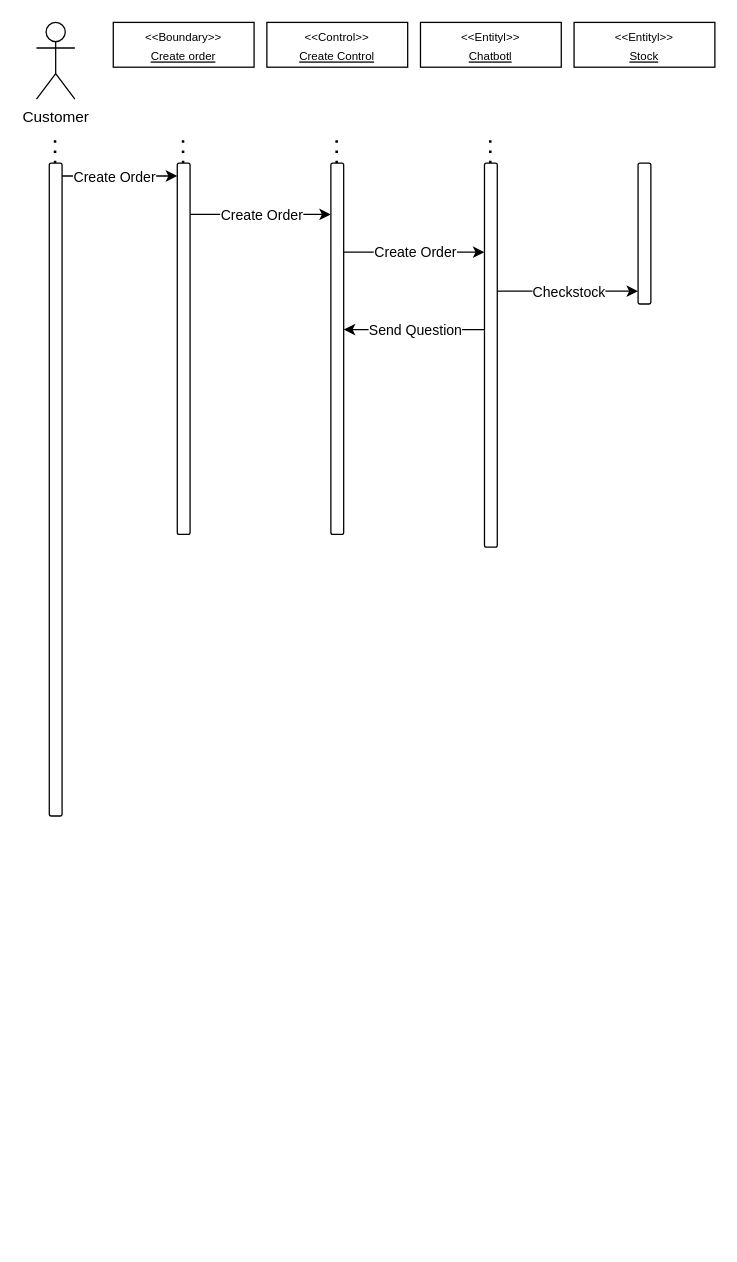
Above: Create Order.drawio in munkeawtoast/isad-diagrams (draw.io), before the change. Source tidied: cells renumbered, new cells numbered last; positions are measured from the earlier drawing's top-left corner, leaving out a move shared by most shapes. Both pictures are drawn from the tidied source at 128%, with x=0, y=0 at pixel (36, 22).
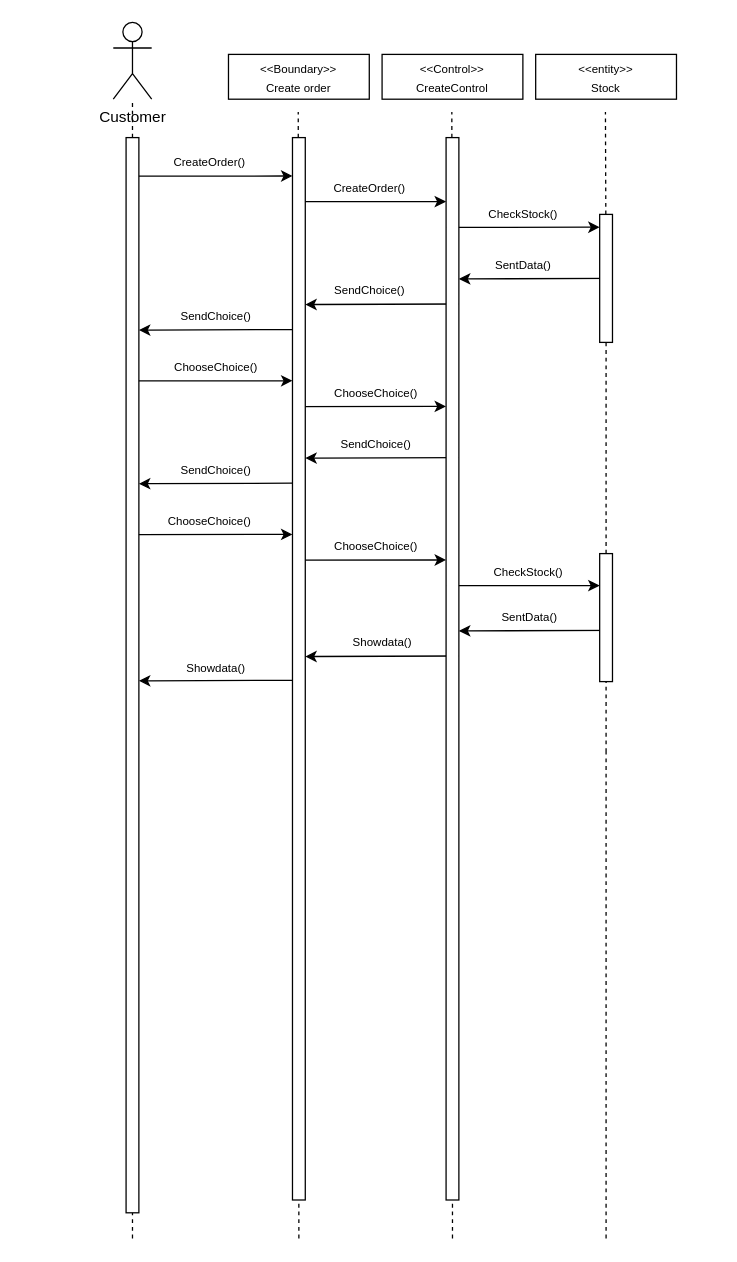
The same diagram, later.

Change to the diagram source:
```diff
@@
-    <mxCell id="2" value="Customer&lt;br&gt;" style="shape=umlActor;verticalLabelPosition=bottom;verticalAlign=top;html=1;outlineConnect=0;" parent="1" vertex="1">
-      <mxGeometry width="30" height="60" as="geometry" />
+    <mxCell id="2" value="Customer" style="shape=umlActor;verticalLabelPosition=bottom;verticalAlign=top;html=1;outlineConnect=0;" parent="1" vertex="1">
+      <mxGeometry x="60" width="30" height="60" as="geometry" />
     </mxCell>
-    <mxCell id="3" style="endArrow=none;dashed=1;html=1;dashPattern=1 3;strokeWidth=2;startArrow=none;" parent="1" edge="1" source="13">
-      <mxGeometry relative="1" as="geometry">
-        <mxPoint x="14.5" y="90" as="targetPoint" />
-      </mxGeometry>
-    </mxCell>
-    <mxCell id="4" value="&lt;font style=&quot;font-size: 9px;&quot;&gt;&amp;lt;&amp;lt;Boundary&amp;gt;&amp;gt;&lt;br&gt;&lt;u&gt;Create order&lt;/u&gt;&lt;br&gt;&lt;/font&gt;" style="rounded=0;whiteSpace=wrap;html=1;" parent="1" vertex="1">
-      <mxGeometry x="60" width="110" height="35" as="geometry" />
+    <mxCell id="4" value="&lt;font style=&quot;font-size: 9px;&quot;&gt;&amp;lt;&amp;lt;Boundary&amp;gt;&amp;gt;&lt;br&gt;Create order&lt;br&gt;&lt;/font&gt;" style="rounded=0;whiteSpace=wrap;html=1;" parent="1" vertex="1">
+      <mxGeometry x="150" y="25" width="110" height="35" as="geometry" />
     </mxCell>
-    <mxCell id="5" value="&lt;font style=&quot;font-size: 9px;&quot;&gt;&amp;lt;&amp;lt;Control&amp;gt;&amp;gt;&lt;br&gt;&lt;u&gt;Create Control&lt;/u&gt;&lt;br&gt;&lt;/font&gt;" style="rounded=0;whiteSpace=wrap;html=1;" parent="1" vertex="1">
-      <mxGeometry x="180" width="110" height="35" as="geometry" />
-    </mxCell>
-    <mxCell id="6" value="&lt;font style=&quot;font-size: 9px;&quot;&gt;&amp;lt;&amp;lt;Entityl&amp;gt;&amp;gt;&lt;br&gt;&lt;u&gt;Chatbotl&lt;/u&gt;&lt;br&gt;&lt;/font&gt;" style="rounded=0;whiteSpace=wrap;html=1;" parent="1" vertex="1">
-      <mxGeometry x="300" width="110" height="35" as="geometry" />
-    </mxCell>
-    <mxCell id="7" style="endArrow=none;dashed=1;html=1;dashPattern=1 3;strokeWidth=2;startArrow=none;" parent="1" edge="1" source="10">
-      <mxGeometry relative="1" as="geometry">
-        <mxPoint x="114.5" y="90" as="targetPoint" />
-      </mxGeometry>
-    </mxCell>
-    <mxCell id="8" style="endArrow=none;dashed=1;html=1;dashPattern=1 3;strokeWidth=2;startArrow=none;" parent="1" edge="1" source="15">
-      <mxGeometry relative="1" as="geometry">
-        <mxPoint x="234.5" y="90" as="targetPoint" />
-      </mxGeometry>
-    </mxCell>
-    <mxCell id="9" style="endArrow=none;dashed=1;html=1;dashPattern=1 3;strokeWidth=2;startArrow=none;" parent="1" edge="1" source="16">
-      <mxGeometry relative="1" as="geometry">
-        <mxPoint x="354.5" y="90" as="targetPoint" />
-      </mxGeometry>
-    </mxCell>
-    <mxCell id="10" style="rounded=1;whiteSpace=wrap;html=1;direction=south;" parent="1" vertex="1">
-      <mxGeometry x="110" y="110" width="10" height="290" as="geometry" />
-    </mxCell>
-    <mxCell id="11" style="endArrow=classic;html=1;" parent="1" edge="1">
-      <mxGeometry relative="1" as="geometry">
-        <mxPoint x="10" y="120" as="sourcePoint" />
-        <mxPoint x="110" y="120" as="targetPoint" />
-      </mxGeometry>
-    </mxCell>
-    <mxCell id="12" value="Create Order" style="edgeLabel;html=1;align=center;verticalAlign=middle;" parent="11" vertex="1">
-      <mxGeometry relative="1" as="geometry" />
-    </mxCell>
-    <mxCell id="13" style="rounded=1;whiteSpace=wrap;html=1;direction=south;" parent="1" vertex="1">
-      <mxGeometry x="10" y="110" width="10" height="510" as="geometry" />
-    </mxCell>
-    <mxCell id="14" value="&lt;font style=&quot;font-size: 9px;&quot;&gt;&amp;lt;&amp;lt;Entityl&amp;gt;&amp;gt;&lt;br&gt;&lt;u&gt;Stock&lt;/u&gt;&lt;br&gt;&lt;/font&gt;" style="rounded=0;whiteSpace=wrap;html=1;" parent="1" vertex="1">
-      <mxGeometry x="420" width="110" height="35" as="geometry" />
-    </mxCell>
-    <mxCell id="15" style="rounded=1;whiteSpace=wrap;html=1;direction=south;" parent="1" vertex="1">
-      <mxGeometry x="230" y="110" width="10" height="290" as="geometry" />
-    </mxCell>
-    <mxCell id="16" style="rounded=1;whiteSpace=wrap;html=1;direction=south;" parent="1" vertex="1">
-      <mxGeometry x="350" y="110" width="10" height="300" as="geometry" />
-    </mxCell>
-    <mxCell id="17" style="endArrow=classic;html=1;" parent="1" edge="1">
-      <mxGeometry relative="1" as="geometry">
-        <mxPoint x="120" y="150" as="sourcePoint" />
-        <mxPoint x="230" y="150" as="targetPoint" />
-      </mxGeometry>
-    </mxCell>
-    <mxCell id="18" value="Create Order" style="edgeLabel;html=1;align=center;verticalAlign=middle;" parent="17" vertex="1">
-      <mxGeometry relative="1" as="geometry" />
-    </mxCell>
-    <mxCell id="19" style="endArrow=classic;html=1;" parent="1" edge="1">
-      <mxGeometry relative="1" as="geometry">
-        <mxPoint x="240" y="179.5" as="sourcePoint" />
-        <mxPoint x="350" y="179.5" as="targetPoint" />
-      </mxGeometry>
-    </mxCell>
-    <mxCell id="20" value="Create Order" style="edgeLabel;html=1;align=center;verticalAlign=middle;" parent="19" vertex="1">
-      <mxGeometry relative="1" as="geometry" />
-    </mxCell>
-    <mxCell id="21" style="rounded=1;whiteSpace=wrap;html=1;direction=south;" parent="1" vertex="1">
-      <mxGeometry x="470" y="110" width="10" height="110" as="geometry" />
-    </mxCell>
-    <mxCell id="22" style="endArrow=classic;html=1;" parent="1" edge="1">
-      <mxGeometry relative="1" as="geometry">
-        <mxPoint x="360" y="210" as="sourcePoint" />
-        <mxPoint x="470" y="210" as="targetPoint" />
-      </mxGeometry>
-    </mxCell>
-    <mxCell id="23" value="Checkstock" style="edgeLabel;html=1;align=center;verticalAlign=middle;" parent="22" vertex="1">
-      <mxGeometry relative="1" as="geometry" />
-    </mxCell>
-    <mxCell id="24" style="endArrow=classic;html=1;" parent="1" edge="1">
-      <mxGeometry relative="1" as="geometry">
-        <mxPoint x="350" y="240" as="sourcePoint" />
-        <mxPoint x="240" y="240" as="targetPoint" />
-      </mxGeometry>
-    </mxCell>
-    <mxCell id="25" value="Send Question" style="edgeLabel;html=1;align=center;verticalAlign=middle;" parent="24" vertex="1">
-      <mxGeometry relative="1" as="geometry" />
-    </mxCell>
+    <mxCell id="26" value="&lt;font style=&quot;font-size: 9px;&quot;&gt;&amp;lt;&amp;lt;Control&amp;gt;&amp;gt;&lt;br&gt;CreateControl&lt;br&gt;&lt;/font&gt;" style="rounded=0;whiteSpace=wrap;html=1;" parent="1" vertex="1">
+      <mxGeometry x="270" y="25" width="110" height="35" as="geometry" />
+    </mxCell>
+    <mxCell id="27" value="&lt;font style=&quot;font-size: 9px;&quot;&gt;&amp;lt;&amp;lt;entity&amp;gt;&amp;gt;&lt;br&gt;Stock&lt;br&gt;&lt;/font&gt;" style="rounded=0;whiteSpace=wrap;html=1;" parent="1" vertex="1">
+      <mxGeometry x="390" y="25" width="110" height="35" as="geometry" />
+    </mxCell>
+    <mxCell id="28" style="endArrow=none;dashed=1;html=1;startArrow=none;" parent="1" edge="1" source="33" target="2">
+      <mxGeometry relative="1" as="geometry" />
+    </mxCell>
+    <mxCell id="29" style="endArrow=none;dashed=1;html=1;startArrow=none;" parent="1" edge="1" source="56">
+      <mxGeometry relative="1" as="geometry">
+        <mxPoint x="204.5" y="70" as="targetPoint" />
+      </mxGeometry>
+    </mxCell>
+    <mxCell id="30" style="endArrow=none;dashed=1;html=1;startArrow=none;" parent="1" edge="1" source="69">
+      <mxGeometry relative="1" as="geometry">
+        <mxPoint x="324.5" y="70" as="targetPoint" />
+      </mxGeometry>
+    </mxCell>
+    <mxCell id="31" style="endArrow=none;dashed=1;html=1;startArrow=none;" parent="1" edge="1">
+      <mxGeometry relative="1" as="geometry">
+        <mxPoint x="444.8" y="150" as="sourcePoint" />
+        <mxPoint x="444.5" y="70" as="targetPoint" />
+      </mxGeometry>
+    </mxCell>
+    <mxCell id="32" style="endArrow=none;dashed=1;html=1;" parent="1" edge="1" target="33">
+      <mxGeometry relative="1" as="geometry">
+        <mxPoint x="75" y="950" as="sourcePoint" />
+      </mxGeometry>
+    </mxCell>
+    <mxCell id="33" style="rounded=0;whiteSpace=wrap;html=1;direction=south;" parent="1" vertex="1">
+      <mxGeometry x="70" y="90" width="10" height="840" as="geometry" />
+    </mxCell>
+    <mxCell id="34" style="endArrow=classic;html=1;fontSize=9;exitX=1.081;exitY=0.094;exitDx=0;exitDy=0;exitPerimeter=0;" parent="1" edge="1">
+      <mxGeometry relative="1" as="geometry">
+        <mxPoint x="80" y="120.1" as="sourcePoint" />
+        <mxPoint x="200" y="120" as="targetPoint" />
+      </mxGeometry>
+    </mxCell>
+    <mxCell id="35" value="CreateOrder()" style="text;html=1;align=center;verticalAlign=middle;strokeColor=none;fillColor=none;fontSize=9;" parent="1" vertex="1">
+      <mxGeometry x="95" y="100" width="80" height="20" as="geometry" />
+    </mxCell>
+    <mxCell id="36" style="endArrow=classic;html=1;fontSize=9;exitX=1.081;exitY=0.094;exitDx=0;exitDy=0;exitPerimeter=0;" parent="1" edge="1">
+      <mxGeometry relative="1" as="geometry">
+        <mxPoint x="200" y="140.1" as="sourcePoint" />
+        <mxPoint x="320" y="140" as="targetPoint" />
+      </mxGeometry>
+    </mxCell>
+    <mxCell id="37" style="endArrow=none;dashed=1;html=1;" parent="1" edge="1">
+      <mxGeometry relative="1" as="geometry">
+        <mxPoint x="205" y="950" as="sourcePoint" />
+        <mxPoint x="204.6" y="530" as="targetPoint" />
+      </mxGeometry>
+    </mxCell>
+    <mxCell id="38" style="endArrow=none;dashed=1;html=1;startArrow=none;" parent="1" edge="1" source="63" target="43">
+      <mxGeometry relative="1" as="geometry" />
+    </mxCell>
+    <mxCell id="39" value="CreateOrder()" style="text;html=1;align=center;verticalAlign=middle;strokeColor=none;fillColor=none;fontSize=9;" parent="1" vertex="1">
+      <mxGeometry x="220" y="120" width="80" height="20" as="geometry" />
+    </mxCell>
+    <mxCell id="40" style="endArrow=classic;html=1;fontSize=9;exitX=1.081;exitY=0.094;exitDx=0;exitDy=0;exitPerimeter=0;" parent="1" edge="1">
+      <mxGeometry relative="1" as="geometry">
+        <mxPoint x="320" y="160.1" as="sourcePoint" />
+        <mxPoint x="440" y="160" as="targetPoint" />
+      </mxGeometry>
+    </mxCell>
+    <mxCell id="41" style="endArrow=none;dashed=1;html=1;" parent="1" edge="1">
+      <mxGeometry relative="1" as="geometry">
+        <mxPoint x="325" y="950" as="sourcePoint" />
+        <mxPoint x="324.8" y="330" as="targetPoint" />
+      </mxGeometry>
+    </mxCell>
+    <mxCell id="42" style="endArrow=classic;html=1;fontSize=9;exitX=1.081;exitY=0.094;exitDx=0;exitDy=0;exitPerimeter=0;" parent="1" edge="1">
+      <mxGeometry relative="1" as="geometry">
+        <mxPoint x="450" y="200" as="sourcePoint" />
+        <mxPoint x="330" y="200.4" as="targetPoint" />
+      </mxGeometry>
+    </mxCell>
+    <mxCell id="43" style="rounded=0;whiteSpace=wrap;html=1;direction=south;" parent="1" vertex="1">
+      <mxGeometry x="440" y="150" width="10" height="100" as="geometry" />
+    </mxCell>
+    <mxCell id="44" value="CheckStock()" style="text;html=1;align=center;verticalAlign=middle;strokeColor=none;fillColor=none;fontSize=9;" parent="1" vertex="1">
+      <mxGeometry x="340" y="140" width="80" height="20" as="geometry" />
+    </mxCell>
+    <mxCell id="45" value="SentData()" style="text;html=1;align=center;verticalAlign=middle;strokeColor=none;fillColor=none;fontSize=9;" parent="1" vertex="1">
+      <mxGeometry x="345" y="180" width="70" height="20" as="geometry" />
+    </mxCell>
+    <mxCell id="46" style="endArrow=classic;html=1;fontSize=9;exitX=1.081;exitY=0.094;exitDx=0;exitDy=0;exitPerimeter=0;" parent="1" edge="1">
+      <mxGeometry relative="1" as="geometry">
+        <mxPoint x="330" y="220" as="sourcePoint" />
+        <mxPoint x="210" y="220.4" as="targetPoint" />
+      </mxGeometry>
+    </mxCell>
+    <mxCell id="47" style="endArrow=classic;html=1;fontSize=9;exitX=1.081;exitY=0.094;exitDx=0;exitDy=0;exitPerimeter=0;" parent="1" edge="1">
+      <mxGeometry relative="1" as="geometry">
+        <mxPoint x="200" y="240" as="sourcePoint" />
+        <mxPoint x="80" y="240.4" as="targetPoint" />
+      </mxGeometry>
+    </mxCell>
+    <mxCell id="48" style="endArrow=classic;html=1;fontSize=9;exitX=1.081;exitY=0.094;exitDx=0;exitDy=0;exitPerimeter=0;" parent="1" edge="1">
+      <mxGeometry relative="1" as="geometry">
+        <mxPoint x="80" y="280.1" as="sourcePoint" />
+        <mxPoint x="200" y="280" as="targetPoint" />
+      </mxGeometry>
+    </mxCell>
+    <mxCell id="49" style="endArrow=classic;html=1;fontSize=9;exitX=1.081;exitY=0.094;exitDx=0;exitDy=0;exitPerimeter=0;" parent="1" edge="1">
+      <mxGeometry relative="1" as="geometry">
+        <mxPoint x="200" y="300.1" as="sourcePoint" />
+        <mxPoint x="320" y="300" as="targetPoint" />
+      </mxGeometry>
+    </mxCell>
+    <mxCell id="50" style="endArrow=classic;html=1;fontSize=9;exitX=1.081;exitY=0.094;exitDx=0;exitDy=0;exitPerimeter=0;" parent="1" edge="1">
+      <mxGeometry relative="1" as="geometry">
+        <mxPoint x="80" y="400.1" as="sourcePoint" />
+        <mxPoint x="200" y="400" as="targetPoint" />
+      </mxGeometry>
+    </mxCell>
+    <mxCell id="51" style="endArrow=classic;html=1;fontSize=9;exitX=1.081;exitY=0.094;exitDx=0;exitDy=0;exitPerimeter=0;" parent="1" edge="1">
+      <mxGeometry relative="1" as="geometry">
+        <mxPoint x="330" y="340" as="sourcePoint" />
+        <mxPoint x="210" y="340.4" as="targetPoint" />
+      </mxGeometry>
+    </mxCell>
+    <mxCell id="52" style="endArrow=classic;html=1;fontSize=9;exitX=1.081;exitY=0.094;exitDx=0;exitDy=0;exitPerimeter=0;" parent="1" edge="1">
+      <mxGeometry relative="1" as="geometry">
+        <mxPoint x="200" y="420.1" as="sourcePoint" />
+        <mxPoint x="320" y="420" as="targetPoint" />
+      </mxGeometry>
+    </mxCell>
+    <mxCell id="53" value="SendChoice()" style="text;html=1;align=center;verticalAlign=middle;strokeColor=none;fillColor=none;fontSize=9;" parent="1" vertex="1">
+      <mxGeometry x="220" y="200" width="80" height="20" as="geometry" />
+    </mxCell>
+    <mxCell id="54" style="endArrow=none;dashed=1;html=1;startArrow=none;" parent="1" edge="1">
+      <mxGeometry relative="1" as="geometry">
+        <mxPoint x="325" y="330" as="sourcePoint" />
+        <mxPoint x="325" y="530" as="targetPoint" />
+      </mxGeometry>
+    </mxCell>
+    <mxCell id="55" style="endArrow=none;dashed=1;html=1;startArrow=none;" parent="1" edge="1" target="56">
+      <mxGeometry relative="1" as="geometry">
+        <mxPoint x="205" y="530" as="sourcePoint" />
+      </mxGeometry>
+    </mxCell>
+    <mxCell id="56" style="rounded=0;whiteSpace=wrap;html=1;direction=south;" parent="1" vertex="1">
+      <mxGeometry x="200" y="90" width="10" height="830" as="geometry" />
+    </mxCell>
+    <mxCell id="57" style="endArrow=classic;html=1;fontSize=9;exitX=1.081;exitY=0.094;exitDx=0;exitDy=0;exitPerimeter=0;" parent="1" edge="1">
+      <mxGeometry relative="1" as="geometry">
+        <mxPoint x="200" y="360" as="sourcePoint" />
+        <mxPoint x="80" y="360.4" as="targetPoint" />
+      </mxGeometry>
+    </mxCell>
+    <mxCell id="58" value="ChooseChoice()" style="text;html=1;align=center;verticalAlign=middle;strokeColor=none;fillColor=none;fontSize=9;" parent="1" vertex="1">
+      <mxGeometry x="95" y="260" width="90" height="20" as="geometry" />
+    </mxCell>
+    <mxCell id="59" style="endArrow=none;dashed=1;html=1;" parent="1" edge="1">
+      <mxGeometry relative="1" as="geometry">
+        <mxPoint x="445" y="950" as="sourcePoint" />
+        <mxPoint x="445" y="570" as="targetPoint" />
+      </mxGeometry>
+    </mxCell>
+    <mxCell id="60" style="endArrow=classic;html=1;fontSize=9;exitX=1.081;exitY=0.094;exitDx=0;exitDy=0;exitPerimeter=0;" parent="1" edge="1">
+      <mxGeometry relative="1" as="geometry">
+        <mxPoint x="320" y="440.1" as="sourcePoint" />
+        <mxPoint x="440" y="440" as="targetPoint" />
+        <Array as="points">
+          <mxPoint x="380" y="440" />
+        </Array>
+      </mxGeometry>
+    </mxCell>
+    <mxCell id="61" style="endArrow=classic;html=1;fontSize=9;exitX=1.081;exitY=0.094;exitDx=0;exitDy=0;exitPerimeter=0;" parent="1" edge="1">
+      <mxGeometry relative="1" as="geometry">
+        <mxPoint x="450" y="475" as="sourcePoint" />
+        <mxPoint x="330" y="475.4" as="targetPoint" />
+      </mxGeometry>
+    </mxCell>
+    <mxCell id="62" style="endArrow=none;dashed=1;html=1;startArrow=none;" parent="1" edge="1" target="63">
+      <mxGeometry relative="1" as="geometry">
+        <mxPoint x="445" y="570" as="sourcePoint" />
+      </mxGeometry>
+    </mxCell>
+    <mxCell id="63" style="rounded=0;whiteSpace=wrap;html=1;direction=south;" parent="1" vertex="1">
+      <mxGeometry x="440" y="415" width="10" height="100" as="geometry" />
+    </mxCell>
+    <mxCell id="64" value="CheckStock()" style="text;html=1;align=center;verticalAlign=middle;strokeColor=none;fillColor=none;fontSize=9;" parent="1" vertex="1">
+      <mxGeometry x="344" y="420" width="80" height="20" as="geometry" />
+    </mxCell>
+    <mxCell id="65" value="SentData()" style="text;html=1;align=center;verticalAlign=middle;strokeColor=none;fillColor=none;fontSize=9;" parent="1" vertex="1">
+      <mxGeometry x="350" y="455" width="70" height="20" as="geometry" />
+    </mxCell>
+    <mxCell id="66" style="endArrow=classic;html=1;fontSize=9;exitX=1.081;exitY=0.094;exitDx=0;exitDy=0;exitPerimeter=0;" parent="1" edge="1">
+      <mxGeometry relative="1" as="geometry">
+        <mxPoint x="330" y="495" as="sourcePoint" />
+        <mxPoint x="210" y="495.4" as="targetPoint" />
+      </mxGeometry>
+    </mxCell>
+    <mxCell id="67" value="Showdata()" style="text;html=1;align=center;verticalAlign=middle;strokeColor=none;fillColor=none;fontSize=9;" parent="1" vertex="1">
+      <mxGeometry x="235" y="475" width="70" height="20" as="geometry" />
+    </mxCell>
+    <mxCell id="68" style="endArrow=none;dashed=1;html=1;startArrow=none;" parent="1" edge="1" target="69">
+      <mxGeometry relative="1" as="geometry">
+        <mxPoint x="325" y="330" as="sourcePoint" />
+      </mxGeometry>
+    </mxCell>
+    <mxCell id="69" style="rounded=0;whiteSpace=wrap;html=1;direction=south;" parent="1" vertex="1">
+      <mxGeometry x="320" y="90" width="10" height="830" as="geometry" />
+    </mxCell>
+    <mxCell id="70" style="endArrow=classic;html=1;fontSize=9;exitX=1.081;exitY=0.094;exitDx=0;exitDy=0;exitPerimeter=0;" parent="1" edge="1">
+      <mxGeometry relative="1" as="geometry">
+        <mxPoint x="200" y="514" as="sourcePoint" />
+        <mxPoint x="80" y="514.4" as="targetPoint" />
+      </mxGeometry>
+    </mxCell>
+    <mxCell id="71" value="Showdata()" style="text;html=1;align=center;verticalAlign=middle;strokeColor=none;fillColor=none;fontSize=9;" parent="1" vertex="1">
+      <mxGeometry x="105" y="495" width="70" height="20" as="geometry" />
+    </mxCell>
+    <mxCell id="72" value="SendChoice()" style="text;html=1;align=center;verticalAlign=middle;strokeColor=none;fillColor=none;fontSize=9;" parent="1" vertex="1">
+      <mxGeometry x="100" y="220" width="80" height="20" as="geometry" />
+    </mxCell>
+    <mxCell id="73" value="ChooseChoice()" style="text;html=1;align=center;verticalAlign=middle;strokeColor=none;fillColor=none;fontSize=9;" parent="1" vertex="1">
+      <mxGeometry x="90" y="380" width="90" height="20" as="geometry" />
+    </mxCell>
+    <mxCell id="74" value="SendChoice()" style="text;html=1;align=center;verticalAlign=middle;strokeColor=none;fillColor=none;fontSize=9;" parent="1" vertex="1">
+      <mxGeometry x="100" y="340" width="80" height="20" as="geometry" />
+    </mxCell>
+    <mxCell id="75" value="SendChoice()" style="text;html=1;align=center;verticalAlign=middle;strokeColor=none;fillColor=none;fontSize=9;" parent="1" vertex="1">
+      <mxGeometry x="225" y="320" width="80" height="20" as="geometry" />
+    </mxCell>
+    <mxCell id="76" value="ChooseChoice()" style="text;html=1;align=center;verticalAlign=middle;strokeColor=none;fillColor=none;fontSize=9;" parent="1" vertex="1">
+      <mxGeometry x="220" y="280" width="90" height="20" as="geometry" />
+    </mxCell>
+    <mxCell id="77" value="ChooseChoice()" style="text;html=1;align=center;verticalAlign=middle;strokeColor=none;fillColor=none;fontSize=9;" parent="1" vertex="1">
+      <mxGeometry x="220" y="400" width="90" height="20" as="geometry" />
+    </mxCell>
```
